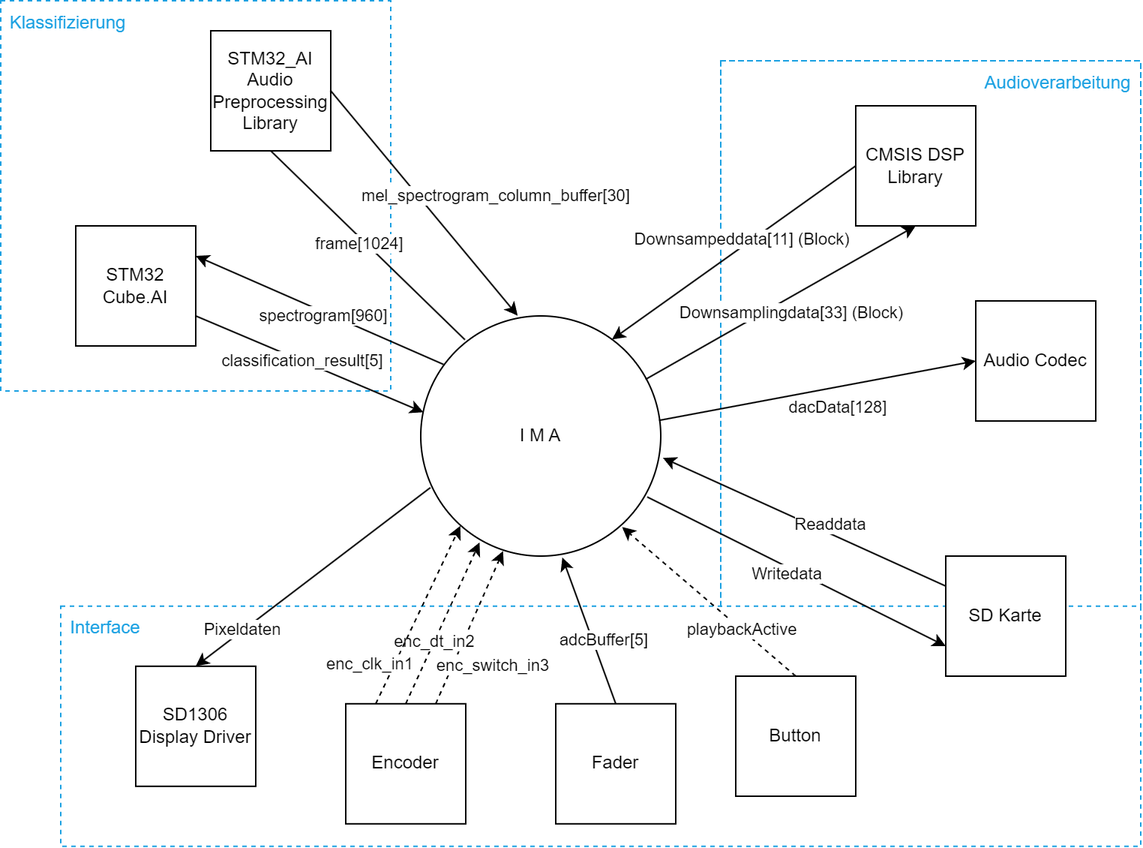
Above: doc/tex/images/04_spezifikation/kontextdiagramm_gesamt.drawio.png in Shimizip/Intelligent-Magic-Audio (draw.io), before the change. Source tidied: cells renumbered, new cells last; positions are measured from the earlier drawing's top-left corner, leaving out a move shared by most shapes.
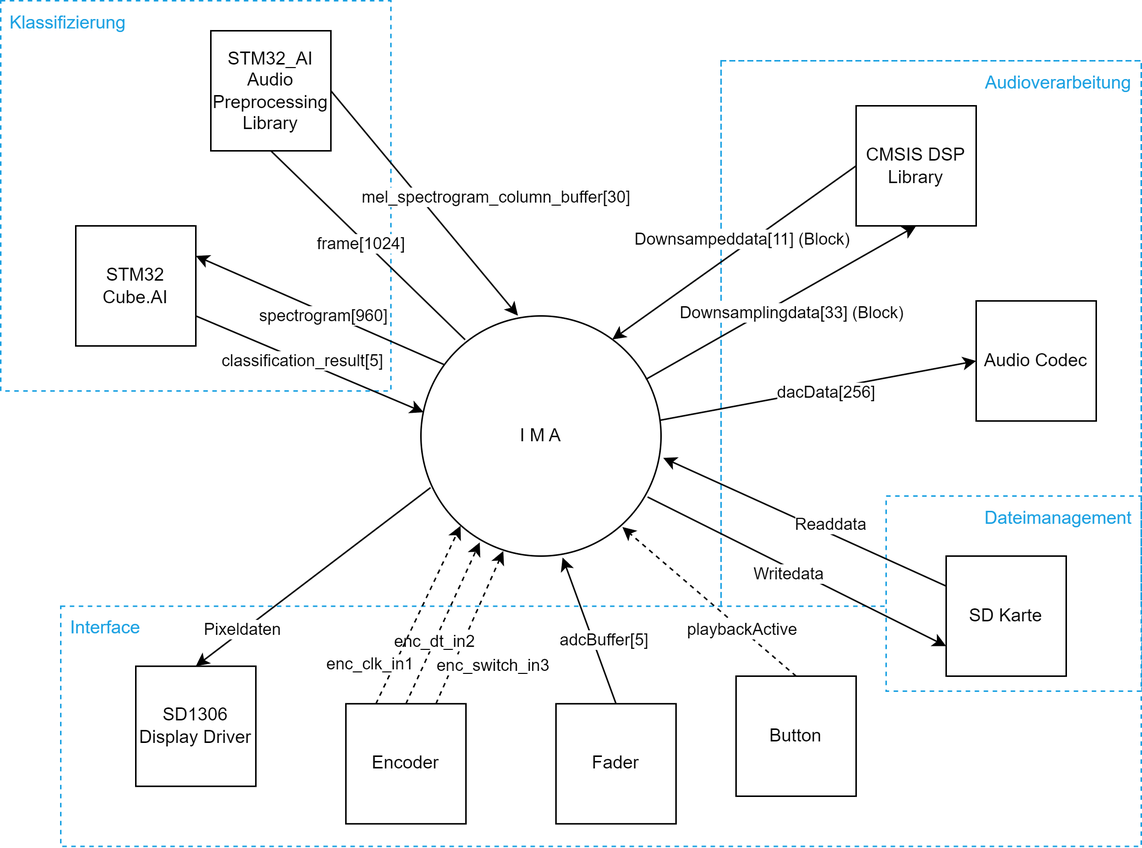
The same diagram one commit later.

Diff of the diagram source:
```diff
@@ -2,12 +2,15 @@
   <root>
     <mxCell id="0" />
     <mxCell id="1" parent="0" />
+    <mxCell id="3" style="rounded=0;whiteSpace=wrap;html=1;fillColor=none;dashed=1;strokeColor=#1ba1e2;" parent="1" vertex="1">
+      <mxGeometry x="40" y="403.4" width="720" height="160" as="geometry" />
+    </mxCell>
+    <mxCell id="48" style="rounded=0;whiteSpace=wrap;html=1;fillColor=default;strokeColor=#1ba1e2;dashed=1;" parent="1" vertex="1">
+      <mxGeometry x="590" y="330" width="170" height="130" as="geometry" />
+    </mxCell>
     <mxCell id="2" style="whiteSpace=wrap;html=1;fillColor=none;dashed=1;fontColor=#ffffff;strokeColor=#1ba1e2;" parent="1" vertex="1">
       <mxGeometry width="260" height="260" as="geometry" />
     </mxCell>
-    <mxCell id="3" style="rounded=0;whiteSpace=wrap;html=1;fillColor=none;dashed=1;strokeColor=#1ba1e2;" parent="1" vertex="1">
-      <mxGeometry x="40" y="403.4" width="720" height="160" as="geometry" />
-    </mxCell>
     <mxCell id="4" style="rounded=0;whiteSpace=wrap;html=1;fillColor=none;dashed=1;strokeColor=#1BA1E2;shape=partialRectangle;bottom=0;" parent="1" vertex="1">
       <mxGeometry x="480" y="40" width="280" height="363.4" as="geometry" />
     </mxCell>
@@ -123,9 +126,9 @@
     <mxCell id="36" style="endArrow=classic;html=1;rounded=0;entryX=0;entryY=0.5;entryDx=0;entryDy=0;exitX=0.993;exitY=0.435;exitDx=0;exitDy=0;exitPerimeter=0;" parent="1" edge="1" source="8" target="19">
       <mxGeometry relative="1" as="geometry" />
     </mxCell>
-    <mxCell id="37" value="dacData[128]" style="edgeLabel;html=1;align=center;verticalAlign=middle;" parent="36" vertex="1">
+    <mxCell id="37" value="dacData[256]" style="edgeLabel;html=1;align=center;verticalAlign=middle;" parent="36" vertex="1">
       <mxGeometry x="0.18" y="1" relative="1" as="geometry">
-        <mxPoint x="-6" y="15" as="offset" />
+        <mxPoint x="-14" y="5" as="offset" />
       </mxGeometry>
     </mxCell>
     <mxCell id="38" style="endArrow=classic;html=1;rounded=0;entryX=0.5;entryY=1;entryDx=0;entryDy=0;exitX=0.937;exitY=0.264;exitDx=0;exitDy=0;exitPerimeter=0;" parent="1" edge="1" source="8" target="12">
@@ -168,5 +171,8 @@
         <mxPoint x="-25" y="14" as="offset" />
       </mxGeometry>
     </mxCell>
+    <mxCell id="49" value="Dateimanagement" style="text;html=1;strokeColor=none;fillColor=none;align=center;verticalAlign=middle;whiteSpace=wrap;rounded=0;fontColor=#1BA1E2;" parent="1" vertex="1">
+      <mxGeometry x="650" y="330" width="110" height="30" as="geometry" />
+    </mxCell>
   </root>
 </mxGraphModel>
```
